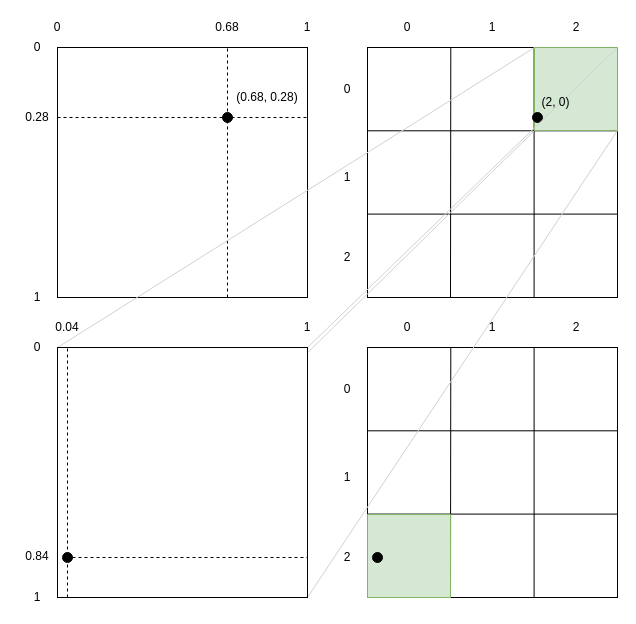
Before: Documentation/Wiki/drawio/SquareTreeMapping.drawio in b-faze/faze, a draw.io diagram. Source tidied: cells renumbered, new cells numbered last; positions are measured from the earlier drawing's top-left corner, leaving out a move shared by most shapes. Both pictures are drawn from the tidied source at 100%, with x=0, y=0 at pixel (17, 17).
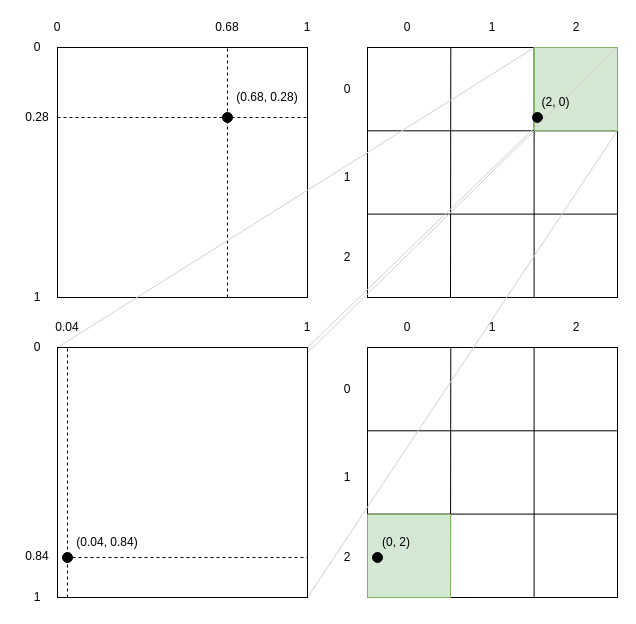
The same diagram, later.

Commit message:
add coordinates to SquareTreeMapping

The edit, as a diff of the source:
```diff
@@
+    <mxCell id="54" value="(0.04, 0.84)" style="text;html=1;strokeColor=none;fillColor=none;align=center;verticalAlign=middle;whiteSpace=wrap;rounded=0;" parent="1" vertex="1">
+      <mxGeometry x="55" y="515" width="70" height="20" as="geometry" />
+    </mxCell>
+    <mxCell id="55" value="(0, 2)" style="text;html=1;strokeColor=none;fillColor=none;align=center;verticalAlign=middle;whiteSpace=wrap;rounded=0;" parent="1" vertex="1">
+      <mxGeometry x="356.5" y="515" width="43.5" height="20" as="geometry" />
+    </mxCell>
```
